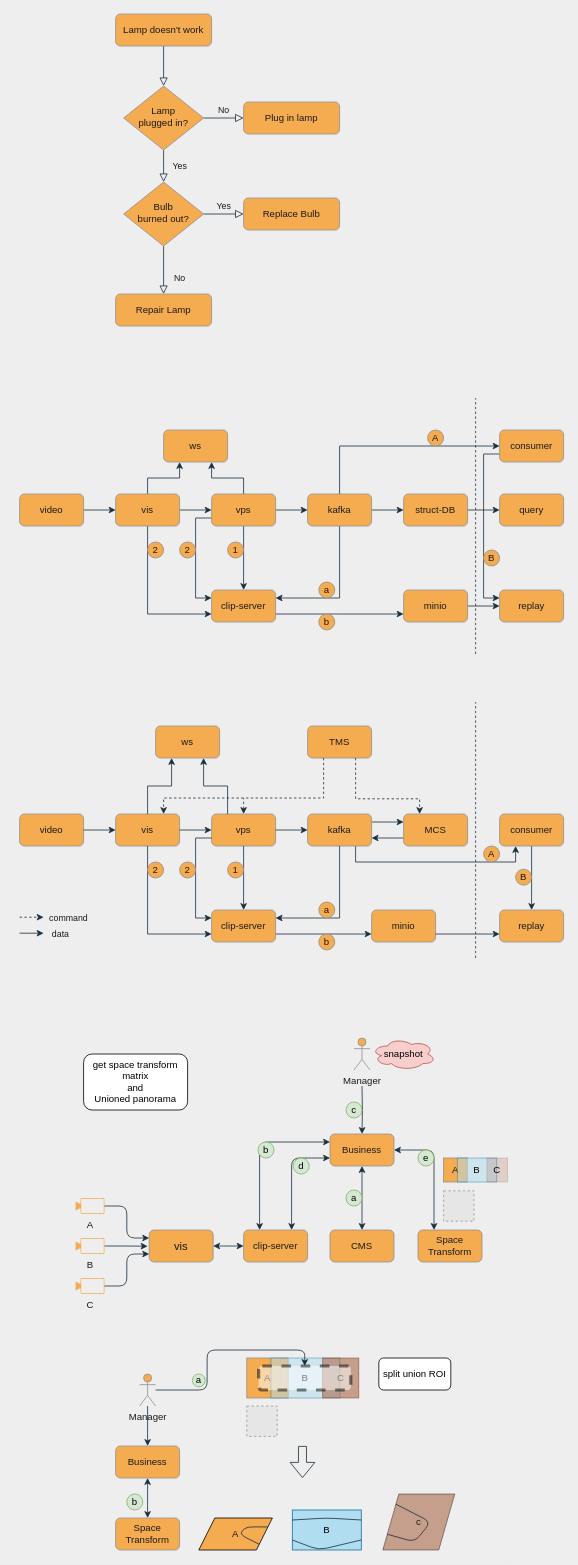
Above: video-clip.drawio in hashstone/deploy_shell (draw.io), before the change. Source tidied: cells renumbered, new cells numbered last; positions are measured from the earlier drawing's top-left corner, leaving out a move shared by most shapes. Both pictures are drawn from the tidied source at 80%, with x=0, y=0 at pixel (19, 14). Pictures stored in the file or linked from it are replaced by grey dashed boxes.
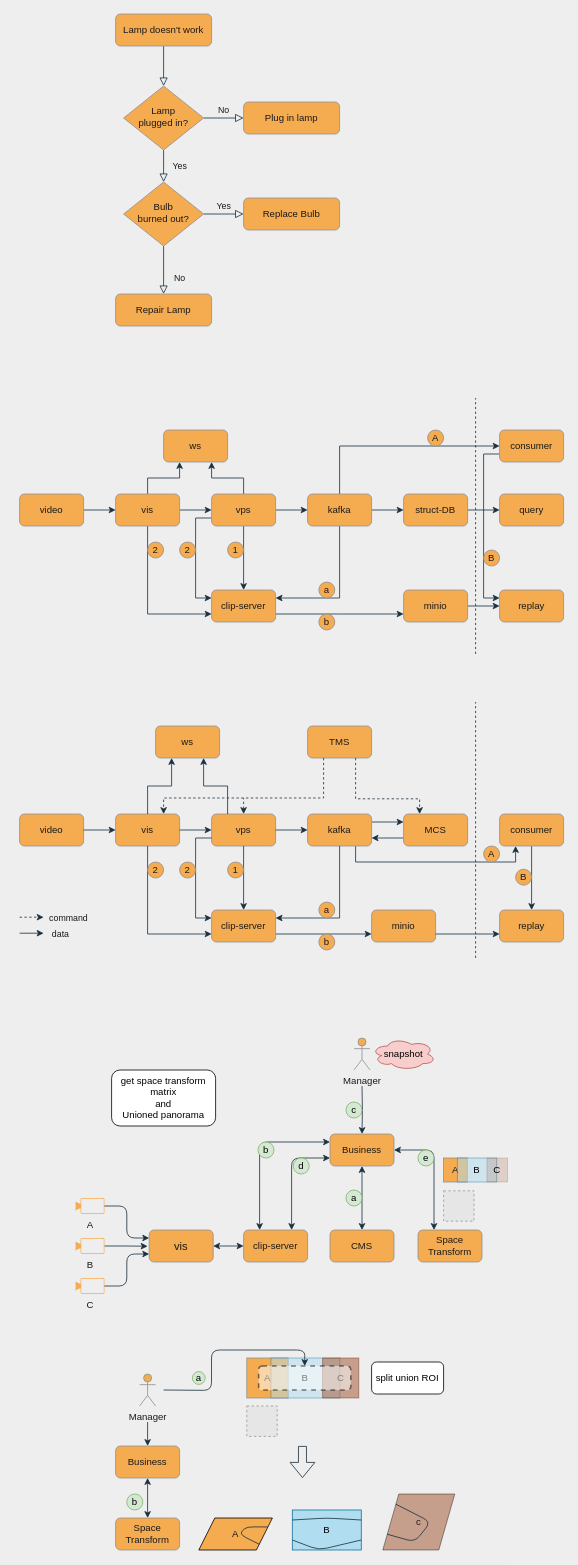
After the change.

Unchanged cells that the change refers to:
```xml
<mxCell id="120" style="group;" parent="1" vertex="1">
  <mxGeometry x="120" y="1680" width="424" height="240" as="geometry" />
</mxCell>
<mxCell id="121" value="Business" style="rounded=1;whiteSpace=wrap;html=1;fillColor=#F5AB50;strokeColor=#909090;fontColor=#1A1A1A;" parent="120" vertex="1">
  <mxGeometry y="110" width="80" height="40" as="geometry" />
</mxCell>
<mxCell id="125" value="Manager" style="shape=umlActor;verticalLabelPosition=bottom;verticalAlign=top;html=1;outlineConnect=0;fillColor=#F5AB50;strokeColor=#909090;fontColor=#1A1A1A;" parent="120" vertex="1">
  <mxGeometry x="30" y="20" width="20" height="40" as="geometry" />
</mxCell>
<mxCell id="129" style="group;" parent="120" vertex="1">
  <mxGeometry x="164" width="140" height="50" as="geometry" />
</mxCell>
```

Diff of the diagram source:
```diff
@@
     <mxCell id="114" value="get space transform matrix&lt;br&gt;and&lt;br&gt;Unioned&amp;nbsp;&lt;span&gt;panorama&lt;br&gt;&lt;/span&gt;" style="rounded=1;whiteSpace=wrap;html=1;sketch=0;" parent="1" vertex="1">
-      <mxGeometry x="80" y="1300" width="130" height="70" as="geometry" />
+      <mxGeometry x="115" y="1320" width="130" height="70" as="geometry" />
     </mxCell>
@@
-    <mxCell id="124" style="edgeStyle=orthogonalEdgeStyle;rounded=0;jettySize=auto;html=1;entryX=0.5;entryY=0;entryDx=0;entryDy=0;startArrow=none;startFill=0;labelBackgroundColor=#EEEEEE;strokeColor=#182E3E;fontColor=#1A1A1A;" parent="120" edge="1" source="125" target="121">
-      <mxGeometry x="-352" y="-20" as="geometry" />
+    <mxCell id="124" style="edgeStyle=orthogonalEdgeStyle;rounded=0;jettySize=auto;html=1;entryX=0.5;entryY=0;entryDx=0;entryDy=0;startArrow=none;startFill=0;labelBackgroundColor=#EEEEEE;strokeColor=#182E3E;fontColor=#1A1A1A;" parent="120" edge="1" target="121">
+      <mxGeometry x="-352" y="-20" as="geometry">
+        <mxPoint x="40" y="80" as="sourcePoint" />
+      </mxGeometry>
     </mxCell>
@@
     <mxCell id="127" value="split union ROI" style="rounded=1;whiteSpace=wrap;html=1;sketch=0;" parent="120" vertex="1">
-      <mxGeometry x="329" width="90" height="40" as="geometry" />
+      <mxGeometry x="320" y="5" width="90" height="40" as="geometry" />
     </mxCell>
     <mxCell id="128" value="a" style="ellipse;whiteSpace=wrap;html=1;fillColor=#d5e8d4;strokeColor=#82b366;" parent="120" vertex="1">
-      <mxGeometry x="96" y="20" width="16" height="16" as="geometry" />
+      <mxGeometry x="96" y="17" width="16" height="16" as="geometry" />
     </mxCell>
@@
-    <mxCell id="133" style="rounded=1;whiteSpace=wrap;html=1;sketch=0;fontColor=#1A1A1A;opacity=50;fillColor=#FFFFFF;dashed=1;strokeWidth=4;" parent="129" vertex="1">
+    <mxCell id="133" style="rounded=1;whiteSpace=wrap;html=1;sketch=0;fontColor=#1A1A1A;opacity=50;fillColor=#FFFFFF;dashed=1;strokeWidth=2;" parent="129" vertex="1">
       <mxGeometry x="14.8" y="10" width="115.2" height="30" as="geometry" />
     </mxCell>
-    <mxCell id="134" style="edgeStyle=orthogonalEdgeStyle;curved=0;rounded=1;sketch=0;jettySize=auto;html=1;entryX=0.5;entryY=0;entryDx=0;entryDy=0;startArrow=none;startFill=0;strokeColor=#182E3E;fontColor=#1A1A1A;" parent="120" edge="1" source="125" target="133">
-      <mxGeometry relative="1" as="geometry" />
+    <mxCell id="134" style="edgeStyle=orthogonalEdgeStyle;curved=0;rounded=1;sketch=0;jettySize=auto;html=1;entryX=0.5;entryY=0;entryDx=0;entryDy=0;startArrow=none;startFill=0;strokeColor=#182E3E;fontColor=#1A1A1A;" parent="120" edge="1" target="133">
+      <mxGeometry relative="1" as="geometry">
+        <mxPoint x="60" y="40" as="sourcePoint" />
+      </mxGeometry>
     </mxCell>
```
